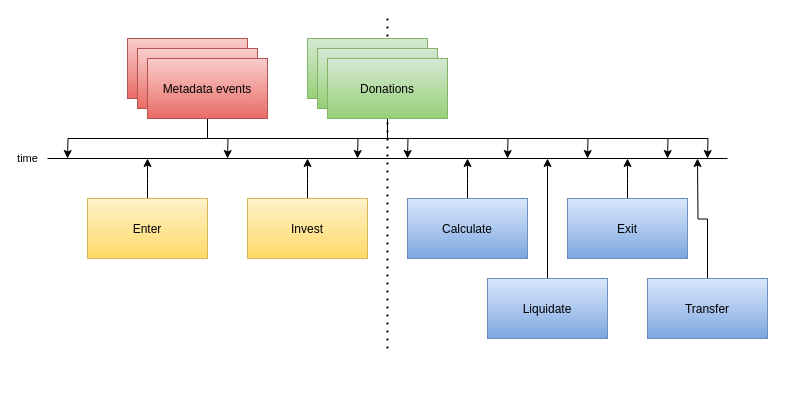
Earlier version of the draw.io diagram doc/arch/process-events.drawio (joost-morsink/FF-admin-module). Source tidied: cells renumbered, new cells numbered last; positions are measured from the earlier drawing's top-left corner, leaving out a move shared by most shapes. Both pictures are drawn from the tidied source at 100%, with x=0, y=0 at pixel (47, 18).
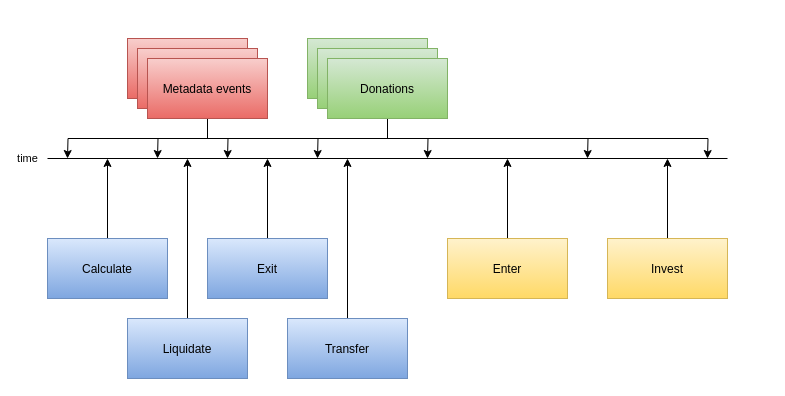
Above is the later version.

Commit message (it also covers changes not shown here):
Process feedback Rik

The change refers to these unchanged cells:
```xml
<mxCell id="14" value="Donations" style="rounded=0;gradientColor=#97d077;fillColor=#d5e8d4;strokeColor=#82b366;fontFamily=Montserrat;" parent="1" vertex="1">
  <mxGeometry x="280" y="40" width="120" height="60" as="geometry" />
</mxCell>
```

What changed in the source:
```diff
@@
-    <mxCell id="2" style="endArrow=none;dashed=1;html=1;dashPattern=1 3;strokeWidth=2;fontFamily=Montserrat;" parent="1" edge="1">
-      <mxGeometry relative="1" as="geometry">
-        <mxPoint x="340" y="330" as="sourcePoint" />
-        <mxPoint x="340" as="targetPoint" />
-      </mxGeometry>
-    </mxCell>
@@
     <mxCell id="8" style="edgeStyle=orthogonalEdgeStyle;rounded=0;jettySize=auto;html=1;exitX=0.5;exitY=1;exitDx=0;exitDy=0;fontFamily=Montserrat;" parent="1" edge="1" source="14">
       <mxGeometry relative="1" as="geometry">
-        <mxPoint x="310" y="140" as="targetPoint" />
+        <mxPoint x="270" y="140" as="targetPoint" />
       </mxGeometry>
     </mxCell>
     <mxCell id="9" style="edgeStyle=orthogonalEdgeStyle;rounded=0;jettySize=auto;html=1;exitX=0.5;exitY=1;exitDx=0;exitDy=0;fontFamily=Montserrat;" parent="1" edge="1" source="14">
       <mxGeometry relative="1" as="geometry">
-        <mxPoint x="460" y="140" as="targetPoint" />
+        <mxPoint x="380" y="140" as="targetPoint" />
       </mxGeometry>
     </mxCell>
@@
-    <mxCell id="12" style="edgeStyle=orthogonalEdgeStyle;rounded=0;jettySize=auto;html=1;exitX=0.5;exitY=1;exitDx=0;exitDy=0;endArrow=classic;endFill=1;fontFamily=Montserrat;" parent="1" edge="1" source="14">
-      <mxGeometry relative="1" as="geometry">
-        <mxPoint x="620" y="140" as="targetPoint" />
-      </mxGeometry>
-    </mxCell>
     <mxCell id="13" style="edgeStyle=orthogonalEdgeStyle;rounded=0;jettySize=auto;html=1;exitX=0.5;exitY=1;exitDx=0;exitDy=0;fontFamily=Montserrat;" parent="1" edge="1" source="14">
       <mxGeometry relative="1" as="geometry">
-        <mxPoint x="360" y="140" as="targetPoint" />
+        <mxPoint x="110" y="140" as="targetPoint" />
       </mxGeometry>
     </mxCell>
@@
     <mxCell id="15" style="edgeStyle=orthogonalEdgeStyle;rounded=0;jettySize=auto;html=1;exitX=0.5;exitY=0;exitDx=0;exitDy=0;fontFamily=Montserrat;" parent="1" edge="1" source="16">
       <mxGeometry relative="1" as="geometry">
-        <mxPoint x="100" y="140" as="targetPoint" />
+        <mxPoint x="460" y="140" as="targetPoint" />
       </mxGeometry>
     </mxCell>
     <mxCell id="16" value="Enter" style="rounded=0;gradientColor=#ffd966;fillColor=#fff2cc;strokeColor=#d6b656;fontFamily=Montserrat;" parent="1" vertex="1">
-      <mxGeometry x="40" y="180" width="120" height="60" as="geometry" />
+      <mxGeometry x="400" y="220" width="120" height="60" as="geometry" />
     </mxCell>
     <mxCell id="17" style="edgeStyle=orthogonalEdgeStyle;rounded=0;jettySize=auto;html=1;exitX=0.5;exitY=0;exitDx=0;exitDy=0;fontFamily=Montserrat;" parent="1" edge="1" source="18">
       <mxGeometry relative="1" as="geometry">
-        <mxPoint x="260" y="140" as="targetPoint" />
+        <mxPoint x="620" y="140" as="targetPoint" />
       </mxGeometry>
     </mxCell>
     <mxCell id="18" value="Invest" style="rounded=0;gradientColor=#ffd966;fillColor=#fff2cc;strokeColor=#d6b656;fontFamily=Montserrat;" parent="1" vertex="1">
-      <mxGeometry x="200" y="180" width="120" height="60" as="geometry" />
+      <mxGeometry x="560" y="220" width="120" height="60" as="geometry" />
     </mxCell>
     <mxCell id="19" style="edgeStyle=orthogonalEdgeStyle;rounded=0;jettySize=auto;html=1;exitX=0.5;exitY=0;exitDx=0;exitDy=0;fontFamily=Montserrat;" parent="1" edge="1" source="20">
       <mxGeometry relative="1" as="geometry">
-        <mxPoint x="420" y="140" as="targetPoint" />
+        <mxPoint x="60" y="140" as="targetPoint" />
       </mxGeometry>
     </mxCell>
     <mxCell id="20" value="Calculate" style="rounded=0;gradientColor=#7ea6e0;fillColor=#dae8fc;strokeColor=#6c8ebf;fontFamily=Montserrat;" parent="1" vertex="1">
-      <mxGeometry x="360" y="180" width="120" height="60" as="geometry" />
+      <mxGeometry y="220" width="120" height="60" as="geometry" />
     </mxCell>
     <mxCell id="21" style="edgeStyle=orthogonalEdgeStyle;rounded=0;jettySize=auto;html=1;exitX=0.5;exitY=0;exitDx=0;exitDy=0;fontFamily=Montserrat;" parent="1" edge="1" source="22">
       <mxGeometry relative="1" as="geometry">
-        <mxPoint x="580" y="140" as="targetPoint" />
+        <mxPoint x="220" y="140" as="targetPoint" />
       </mxGeometry>
     </mxCell>
     <mxCell id="22" value="Exit" style="rounded=0;gradientColor=#7ea6e0;fillColor=#dae8fc;strokeColor=#6c8ebf;fontFamily=Montserrat;" parent="1" vertex="1">
-      <mxGeometry x="520" y="180" width="120" height="60" as="geometry" />
+      <mxGeometry x="160" y="220" width="120" height="60" as="geometry" />
     </mxCell>
     <mxCell id="23" style="edgeStyle=orthogonalEdgeStyle;rounded=0;jettySize=auto;html=1;exitX=0.5;exitY=0;exitDx=0;exitDy=0;fontFamily=Montserrat;" parent="1" edge="1" source="24">
       <mxGeometry relative="1" as="geometry">
-        <mxPoint x="500" y="140" as="targetPoint" />
+        <mxPoint x="140" y="140" as="targetPoint" />
       </mxGeometry>
     </mxCell>
     <mxCell id="24" value="Liquidate" style="rounded=0;gradientColor=#7ea6e0;fillColor=#dae8fc;strokeColor=#6c8ebf;fontFamily=Montserrat;" parent="1" vertex="1">
-      <mxGeometry x="440" y="260" width="120" height="60" as="geometry" />
+      <mxGeometry x="80" y="300" width="120" height="60" as="geometry" />
     </mxCell>
@@
     <mxCell id="29" style="edgeStyle=orthogonalEdgeStyle;rounded=0;jettySize=auto;html=1;exitX=0.5;exitY=0;exitDx=0;exitDy=0;endArrow=classic;endFill=1;fontFamily=Montserrat;" parent="1" edge="1" source="30">
       <mxGeometry relative="1" as="geometry">
-        <mxPoint x="650" y="140" as="targetPoint" />
+        <mxPoint x="300" y="140" as="targetPoint" />
       </mxGeometry>
     </mxCell>
     <mxCell id="30" value="Transfer" style="rounded=0;gradientColor=#7ea6e0;fillColor=#dae8fc;strokeColor=#6c8ebf;fontFamily=Montserrat;" parent="1" vertex="1">
-      <mxGeometry x="600" y="260" width="120" height="60" as="geometry" />
+      <mxGeometry x="240" y="300" width="120" height="60" as="geometry" />
     </mxCell>
```
